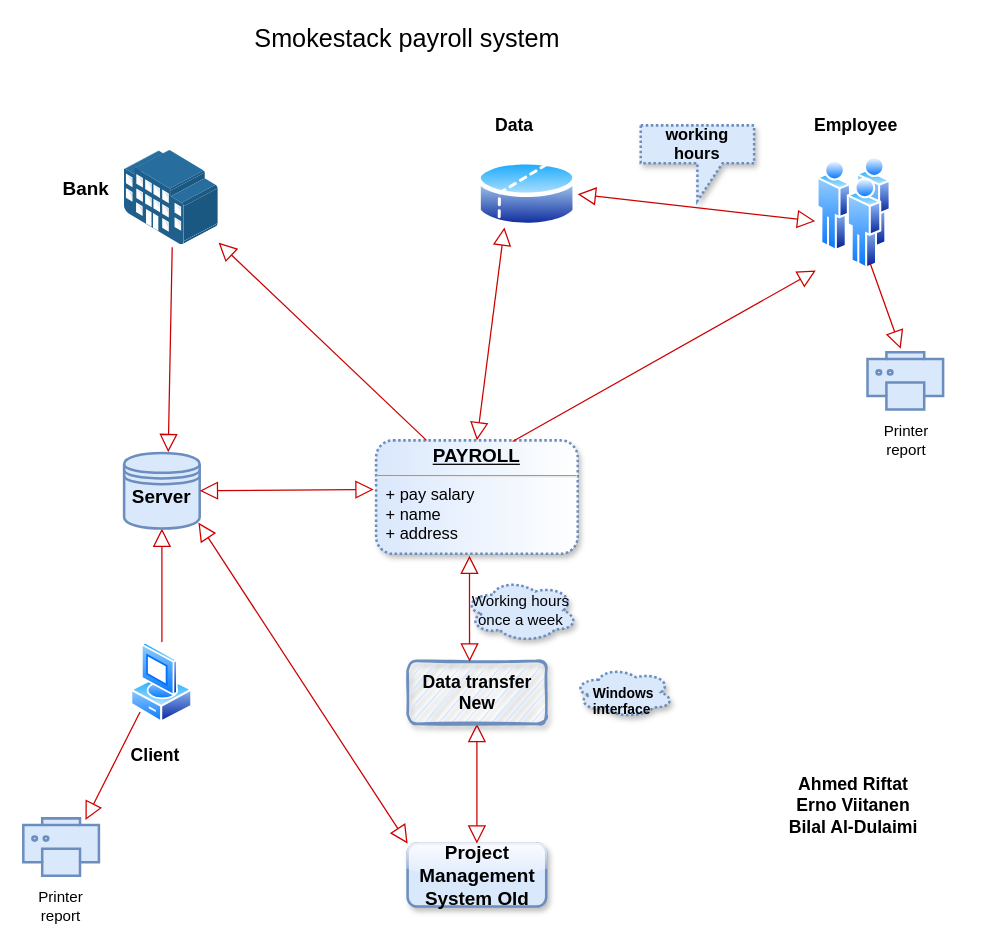
Before: sigfox-hello-world/Untitled Diagram.drawio in bilalaldulaimi/arduinoUno-wisol, a draw.io diagram. Source tidied: cells renumbered, new cells numbered last; positions are measured from the earlier drawing's top-left corner, leaving out a move shared by most shapes. Both pictures are drawn from the tidied source at 126%, with x=0, y=0 at pixel (23, 24).
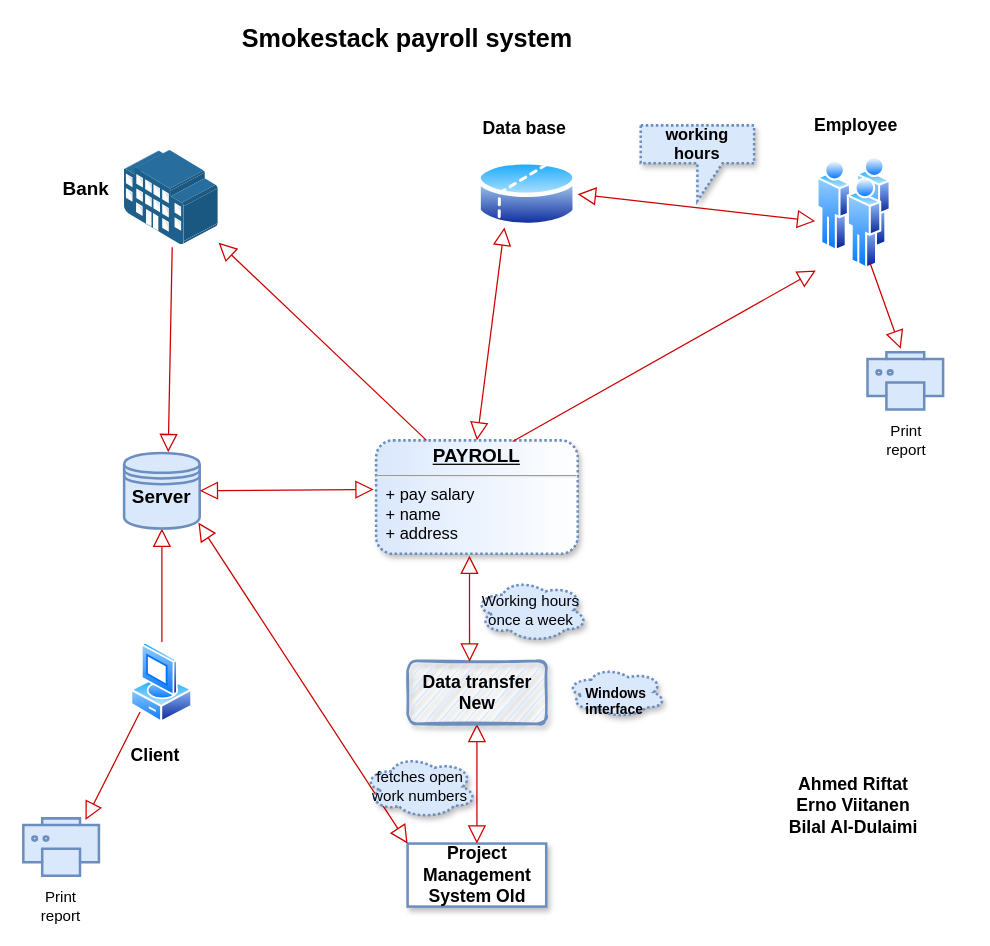
The same diagram, later.

Change to the diagram source:
```diff
@@
-    <mxCell id="8" value="&lt;font style=&quot;font-size: 20px&quot;&gt;&lt;span id=&quot;yui_3_17_2_1_1599549741766_30&quot; lang=&quot;EN-US&quot;&gt;Smokestack payroll system&lt;/span&gt;&lt;/font&gt;" style="text;html=1;strokeColor=none;fillColor=none;align=center;verticalAlign=middle;whiteSpace=wrap;rounded=0;" parent="1" vertex="1">
+    <mxCell id="8" value="&lt;b&gt;&lt;font style=&quot;font-size: 20px&quot;&gt;&lt;span id=&quot;yui_3_17_2_1_1599549741766_30&quot; lang=&quot;EN-US&quot;&gt;Smokestack payroll system&lt;/span&gt;&lt;/font&gt;&lt;/b&gt;" style="text;html=1;strokeColor=none;fillColor=none;align=center;verticalAlign=middle;whiteSpace=wrap;rounded=0;" parent="1" vertex="1">
       <mxGeometry x="110" width="390" height="20" as="geometry" />
     </mxCell>
@@
-    <mxCell id="10" value="&lt;b&gt;&lt;font style=&quot;font-size: 15px&quot;&gt;Project&lt;/font&gt;&lt;/b&gt;&lt;div&gt;&lt;b&gt;&lt;font style=&quot;font-size: 15px&quot;&gt;Management&lt;/font&gt;&lt;br&gt;&lt;/b&gt;&lt;/div&gt;&lt;div style=&quot;font-size: 15px&quot;&gt;&lt;b&gt;System Old&lt;/b&gt;&lt;br&gt;&lt;b&gt;&lt;/b&gt;&lt;/div&gt;" style="html=1;strokeWidth=2;fillColor=#dae8fc;strokeColor=#6c8ebf;rounded=1;glass=1;shadow=1;" parent="1" vertex="1">
+    <mxCell id="10" value="&lt;font style=&quot;font-size: 14px&quot;&gt;&lt;b&gt;&lt;font style=&quot;font-size: 14px&quot;&gt;Project&lt;/font&gt;&lt;/b&gt;&lt;/font&gt;&lt;div style=&quot;font-size: 14px&quot;&gt;&lt;font style=&quot;font-size: 14px&quot;&gt;&lt;b&gt;&lt;font style=&quot;font-size: 14px&quot;&gt;Management&lt;/font&gt;&lt;br&gt;&lt;/b&gt;&lt;/font&gt;&lt;/div&gt;&lt;div style=&quot;font-size: 14px&quot;&gt;&lt;font style=&quot;font-size: 14px&quot;&gt;&lt;b&gt;System Old&lt;/b&gt;&lt;/font&gt;&lt;br&gt;&lt;b&gt;&lt;/b&gt;&lt;/div&gt;" style="html=1;strokeWidth=2;strokeColor=#6c8ebf;rounded=0;glass=0;shadow=1;" parent="1" vertex="1">
       <mxGeometry x="305" y="650" width="110" height="50" as="geometry" />
     </mxCell>
@@
-    <mxCell id="19" value="&lt;b&gt;&lt;font style=&quot;font-size: 14px&quot;&gt;Data&lt;/font&gt;&lt;/b&gt;" style="text;html=1;strokeColor=none;fillColor=none;align=center;verticalAlign=middle;whiteSpace=wrap;rounded=0;" parent="1" vertex="1">
-      <mxGeometry x="370" y="70" width="40" height="20" as="geometry" />
+    <mxCell id="19" value="&lt;b&gt;&lt;font style=&quot;font-size: 14px&quot;&gt;&lt;font style=&quot;font-size: 14px&quot;&gt;Data&lt;/font&gt; base&lt;/font&gt;&lt;/b&gt;" style="text;html=1;strokeColor=none;fillColor=none;align=center;verticalAlign=middle;whiteSpace=wrap;rounded=0;" parent="1" vertex="1">
+      <mxGeometry x="358" y="72" width="80" height="20" as="geometry" />
     </mxCell>
@@
-    <mxCell id="23" value="&lt;div&gt;&lt;font style=&quot;font-size: 12px&quot;&gt;Printer&lt;/font&gt;&lt;/div&gt;&lt;div&gt;&lt;font style=&quot;font-size: 12px&quot;&gt;report&lt;/font&gt;&lt;br&gt;&lt;/div&gt;" style="text;html=1;strokeColor=none;fillColor=none;align=center;verticalAlign=middle;whiteSpace=wrap;rounded=0;" parent="1" vertex="1">
+    <mxCell id="23" value="&lt;div&gt;&lt;font style=&quot;font-size: 12px&quot;&gt;Print&lt;/font&gt;&lt;/div&gt;&lt;div&gt;&lt;font style=&quot;font-size: 12px&quot;&gt;report&lt;/font&gt;&lt;br&gt;&lt;/div&gt;" style="text;html=1;strokeColor=none;fillColor=none;align=center;verticalAlign=middle;whiteSpace=wrap;rounded=0;" parent="1" vertex="1">
       <mxGeometry x="10" y="690" width="40" height="20" as="geometry" />
     </mxCell>
-    <mxCell id="24" value="&lt;div style=&quot;font-size: 14px&quot;&gt;&lt;b&gt;&lt;font style=&quot;font-size: 14px&quot;&gt;Data transfer&lt;/font&gt;&lt;/b&gt;&lt;/div&gt;&lt;div style=&quot;font-size: 14px&quot;&gt;&lt;b&gt;&lt;font style=&quot;font-size: 14px&quot;&gt;New&lt;/font&gt;&lt;/b&gt;&lt;br&gt;&lt;/div&gt;" style="html=1;strokeColor=#6c8ebf;strokeWidth=2;fillColor=#dae8fc;rounded=1;glass=0;shadow=1;sketch=1;" parent="1" vertex="1">
+    <mxCell id="24" value="&lt;div style=&quot;font-size: 14px&quot;&gt;&lt;b&gt;&lt;font style=&quot;font-size: 14px&quot;&gt;Data transfer&lt;/font&gt;&lt;/b&gt;&lt;/div&gt;&lt;div style=&quot;font-size: 14px&quot;&gt;&lt;b&gt;&lt;font style=&quot;font-size: 14px&quot;&gt;New&lt;/font&gt;&lt;/b&gt;&lt;br&gt;&lt;/div&gt;" style="html=1;strokeColor=#6c8ebf;strokeWidth=2;fillColor=#dae8fc;rounded=1;glass=0;shadow=1;sketch=1;perimeterSpacing=0;" parent="1" vertex="1">
       <mxGeometry x="305" y="505" width="110" height="50" as="geometry" />
     </mxCell>
@@
     <mxCell id="29" value="&lt;font style=&quot;font-size: 11px&quot;&gt;&lt;br&gt;&lt;/font&gt;&lt;div style=&quot;font-size: 11px&quot;&gt;&lt;font style=&quot;font-size: 11px&quot;&gt;&lt;b&gt;&lt;font style=&quot;font-size: 11px&quot;&gt;&lt;span id=&quot;yui_3_17_2_1_1599549741766_40&quot; lang=&quot;EN-US&quot;&gt;Windows &lt;br&gt;&lt;/span&gt;&lt;/font&gt;&lt;/b&gt;&lt;/font&gt;&lt;/div&gt;&lt;div style=&quot;font-size: 11px&quot; align=&quot;justify&quot;&gt;&lt;font style=&quot;font-size: 11px&quot;&gt;&lt;b&gt;&lt;font style=&quot;font-size: 11px&quot;&gt;&lt;span id=&quot;yui_3_17_2_1_1599549741766_40&quot; lang=&quot;EN-US&quot;&gt;interface&lt;/span&gt;&lt;/font&gt;&lt;/b&gt;&lt;/font&gt;&lt;/div&gt;" style="ellipse;shape=cloud;whiteSpace=wrap;html=1;rounded=0;shadow=1;glass=1;dashed=1;dashPattern=1 1;sketch=0;strokeColor=#6c8ebf;strokeWidth=2;fillColor=#dae8fc;" parent="1" vertex="1">
-      <mxGeometry x="437" y="510" width="79" height="40" as="geometry" />
+      <mxGeometry x="431" y="510" width="79" height="40" as="geometry" />
     </mxCell>
     <mxCell id="30" value="&lt;font style=&quot;font-size: 12px&quot;&gt;&lt;span id=&quot;yui_3_17_2_1_1599549741766_42&quot; lang=&quot;EN-US&quot;&gt;Working hours&lt;/span&gt;&lt;br&gt;&lt;span id=&quot;yui_3_17_2_1_1599549741766_42&quot; lang=&quot;EN-US&quot;&gt;once a week&lt;/span&gt;&lt;/font&gt;&lt;font style=&quot;font-size: 12px&quot;&gt;&lt;br&gt;&lt;/font&gt;" style="ellipse;shape=cloud;whiteSpace=wrap;html=1;rounded=0;shadow=1;glass=1;dashed=1;dashPattern=1 1;sketch=0;strokeColor=#6c8ebf;strokeWidth=2;fillColor=#dae8fc;" parent="1" vertex="1">
-      <mxGeometry x="350" y="440" width="90" height="50" as="geometry" />
+      <mxGeometry x="358" y="440" width="90" height="50" as="geometry" />
     </mxCell>
@@
-    <mxCell id="32" value="&lt;div&gt;&lt;font style=&quot;font-size: 12px&quot;&gt;Printer&lt;/font&gt;&lt;/div&gt;&lt;div&gt;&lt;font style=&quot;font-size: 12px&quot;&gt;report&lt;/font&gt;&lt;br&gt;&lt;/div&gt;" style="text;html=1;strokeColor=none;fillColor=none;align=center;verticalAlign=middle;whiteSpace=wrap;rounded=0;" parent="1" vertex="1">
+    <mxCell id="32" value="&lt;div&gt;&lt;font style=&quot;font-size: 12px&quot;&gt;Print&lt;/font&gt;&lt;/div&gt;&lt;div&gt;&lt;font style=&quot;font-size: 12px&quot;&gt;report&lt;/font&gt;&lt;br&gt;&lt;/div&gt;" style="text;html=1;strokeColor=none;fillColor=none;align=center;verticalAlign=middle;whiteSpace=wrap;rounded=0;" parent="1" vertex="1">
       <mxGeometry x="681" y="320" width="40" height="20" as="geometry" />
     </mxCell>
@@
+    <mxCell id="36" value="&lt;span id=&quot;yui_3_17_2_1_1599549741766_42&quot; lang=&quot;EN-US&quot;&gt;fetches open&lt;br/&gt;work numbers&lt;/span&gt;" style="ellipse;shape=cloud;whiteSpace=wrap;html=1;rounded=0;shadow=1;glass=1;dashed=1;dashPattern=1 1;sketch=0;strokeColor=#6c8ebf;strokeWidth=2;fillColor=#dae8fc;" parent="1" vertex="1">
+      <mxGeometry x="270" y="580" width="90" height="50" as="geometry" />
+    </mxCell>
```
